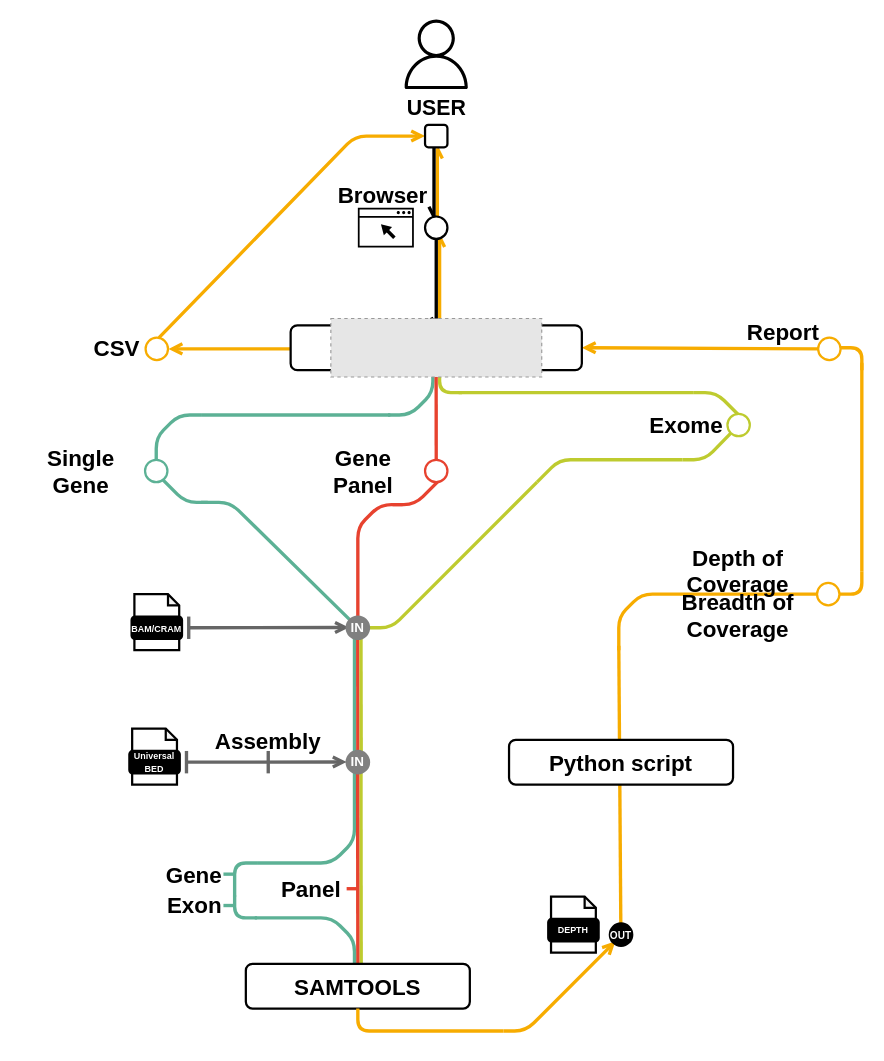
This is document/figs/architecture.drawio from pfcv99/tese_unilabs, a draw.io file, before an edit. Source tidied: cells renumbered, new cells numbered last; positions are measured from the earlier drawing's top-left corner, leaving out a move shared by most shapes. Both pictures are drawn from the tidied source at 112%, with x=0, y=0 at pixel (19, 19). Pictures stored in the file or linked from it are replaced by grey dashed boxes.
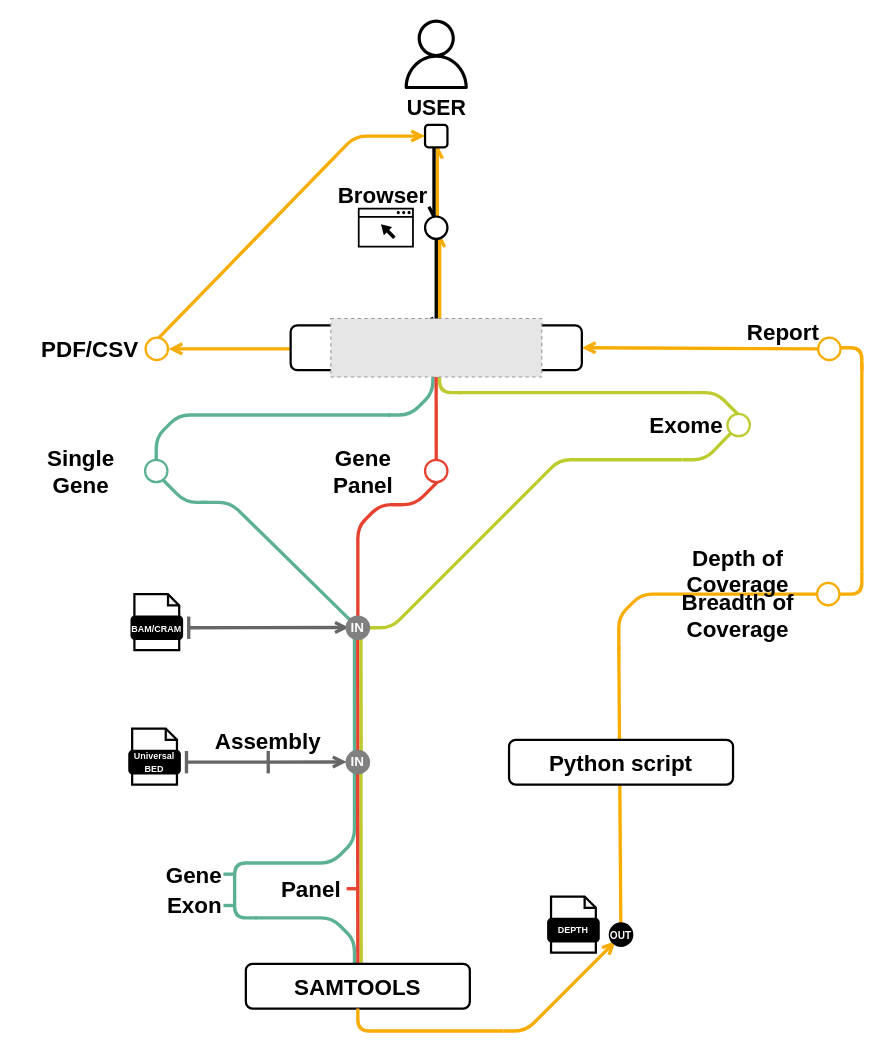
After the change.

What changed in the source:
```diff
@@
-    <mxCell id="78" value="&lt;font style=&quot;font-size: 20px;&quot;&gt;&lt;b style=&quot;font-size: 20px;&quot;&gt;CSV&lt;/b&gt;&lt;/font&gt;" style="text;html=1;align=center;verticalAlign=middle;whiteSpace=wrap;rounded=0;fontFamily=Computer Modern;fontSize=20;" parent="1" vertex="1">
-      <mxGeometry x="62" y="284" width="50" height="18" as="geometry" />
+    <mxCell id="78" value="&lt;font style=&quot;font-size: 20px;&quot;&gt;&lt;b style=&quot;font-size: 20px;&quot;&gt;PDF/CSV&lt;/b&gt;&lt;/font&gt;" style="text;html=1;align=center;verticalAlign=middle;whiteSpace=wrap;rounded=0;fontFamily=Computer Modern;fontSize=20;" parent="1" vertex="1">
+      <mxGeometry x="18" y="285" width="90" height="18" as="geometry" />
     </mxCell>
```
